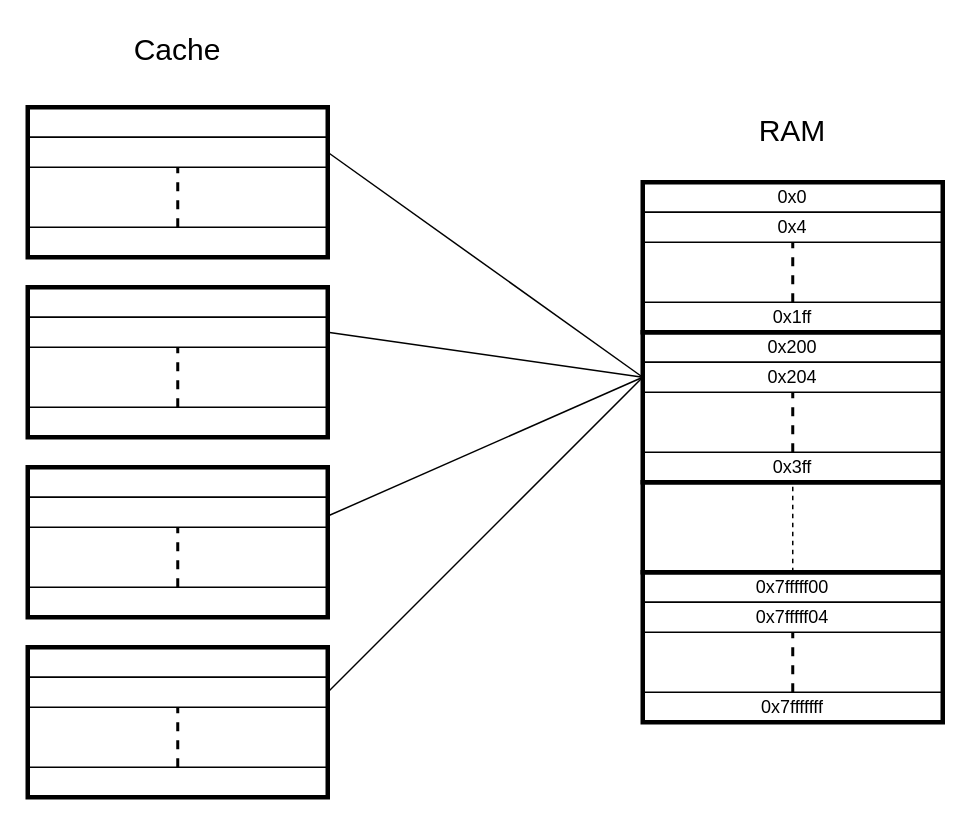
The draw.io diagram src/L1_mem.drawio in maxletemple/rapport_stage_3A, before the edit. Source tidied: cells renumbered, new cells numbered last; positions are measured from the earlier drawing's top-left corner, leaving out a move shared by most shapes. Both pictures are drawn from the tidied source at 150%, with x=0, y=0 at pixel (27, 26).
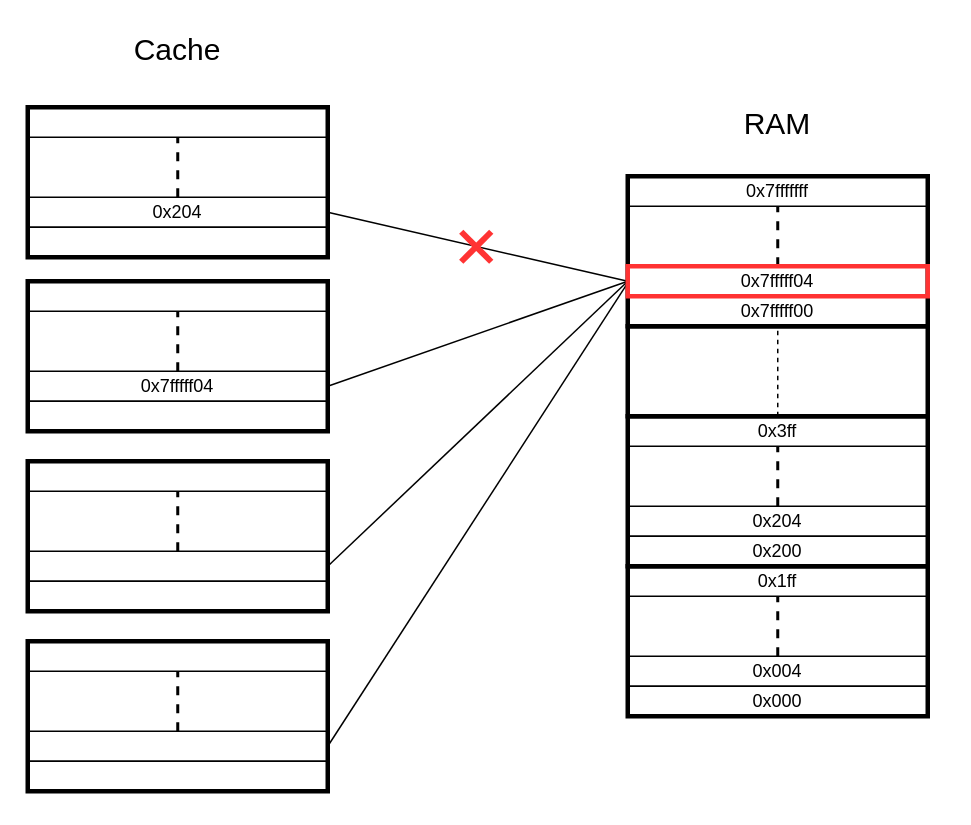
Above is the later version.

The change refers to these unchanged cells:
```xml
<mxCell id="22" style="rounded=0;whiteSpace=wrap;html=1;fillColor=none;" parent="1" vertex="1">
  <mxGeometry y="54" width="200" height="20" as="geometry" />
</mxCell>
<mxCell id="24" style="rounded=0;whiteSpace=wrap;html=1;fillColor=none;" parent="1" vertex="1">
  <mxGeometry y="134" width="200" height="20" as="geometry" />
</mxCell>
```

What changed in the source:
```diff
@@
-    <mxCell id="2" style="rounded=0;whiteSpace=wrap;html=1;fillColor=none;strokeWidth=3;" parent="1" vertex="1">
-      <mxGeometry y="414" width="200" height="100" as="geometry" />
-    </mxCell>
-    <mxCell id="3" style="rounded=0;whiteSpace=wrap;html=1;fillColor=none;strokeWidth=3;" parent="1" vertex="1">
-      <mxGeometry y="174" width="200" height="100" as="geometry" />
-    </mxCell>
-    <mxCell id="4" style="rounded=0;whiteSpace=wrap;html=1;fillColor=none;strokeWidth=3;" parent="1" vertex="1">
-      <mxGeometry x="410" y="364" width="200" height="100" as="geometry" />
-    </mxCell>
-    <mxCell id="5" style="rounded=0;whiteSpace=wrap;html=1;fillColor=none;strokeWidth=3;" parent="1" vertex="1">
-      <mxGeometry x="410" y="204" width="200" height="100" as="geometry" />
-    </mxCell>
+    <mxCell id="17" value="0x7fffff00" style="rounded=0;whiteSpace=wrap;html=1;fillColor=none;" parent="1" vertex="1">
+      <mxGeometry x="400" y="180" width="200" height="20" as="geometry" />
+    </mxCell>
+    <mxCell id="26" style="rounded=0;whiteSpace=wrap;html=1;fillColor=none;strokeWidth=3;" parent="1" vertex="1">
+      <mxGeometry y="54" width="200" height="100" as="geometry" />
+    </mxCell>
     <mxCell id="6" style="rounded=0;whiteSpace=wrap;html=1;fillColor=none;strokeWidth=3;" parent="1" vertex="1">
-      <mxGeometry x="410" y="304" width="200" height="60" as="geometry" />
+      <mxGeometry x="400" y="200" width="200" height="60" as="geometry" />
     </mxCell>
-    <mxCell id="7" style="rounded=0;whiteSpace=wrap;html=1;fillColor=none;strokeWidth=3;" parent="1" vertex="1">
-      <mxGeometry x="410" y="104" width="200" height="100" as="geometry" />
-    </mxCell>
-    <mxCell id="8" value="0x0" style="rounded=0;whiteSpace=wrap;html=1;fillColor=none;" parent="1" vertex="1">
-      <mxGeometry x="410" y="104" width="200" height="20" as="geometry" />
-    </mxCell>
-    <mxCell id="9" style="rounded=0;jettySize=auto;html=1;exitX=0;exitY=0.5;exitDx=0;exitDy=0;entryX=1;entryY=0.5;entryDx=0;entryDy=0;endArrow=none;endFill=0;" parent="1" edge="1" source="14" target="23">
-      <mxGeometry relative="1" as="geometry" />
-    </mxCell>
-    <mxCell id="10" value="0x4" style="rounded=0;whiteSpace=wrap;html=1;fillColor=none;" parent="1" vertex="1">
-      <mxGeometry x="410" y="124" width="200" height="20" as="geometry" />
-    </mxCell>
-    <mxCell id="11" value="&lt;div&gt;0x1ff&lt;/div&gt;" style="rounded=0;whiteSpace=wrap;html=1;fillColor=none;" parent="1" vertex="1">
-      <mxGeometry x="410" y="184" width="200" height="20" as="geometry" />
-    </mxCell>
-    <mxCell id="12" style="endArrow=none;dashed=1;html=1;strokeWidth=2;rounded=0;exitX=0.5;exitY=0;exitDx=0;exitDy=0;entryX=0.5;entryY=1;entryDx=0;entryDy=0;" parent="1" edge="1" source="11" target="10">
-      <mxGeometry relative="1" as="geometry" />
-    </mxCell>
-    <mxCell id="13" value="&lt;div&gt;0x200&lt;/div&gt;" style="rounded=0;whiteSpace=wrap;html=1;fillColor=none;" parent="1" vertex="1">
-      <mxGeometry x="410" y="204" width="200" height="20" as="geometry" />
-    </mxCell>
-    <mxCell id="14" value="&lt;div&gt;0x204&lt;/div&gt;" style="rounded=0;whiteSpace=wrap;html=1;fillColor=none;" parent="1" vertex="1">
-      <mxGeometry x="410" y="224" width="200" height="20" as="geometry" />
-    </mxCell>
-    <mxCell id="15" value="&lt;div&gt;0x3ff&lt;/div&gt;" style="rounded=0;whiteSpace=wrap;html=1;fillColor=none;" parent="1" vertex="1">
-      <mxGeometry x="410" y="284" width="200" height="20" as="geometry" />
-    </mxCell>
-    <mxCell id="16" style="endArrow=none;dashed=1;html=1;strokeWidth=2;rounded=0;entryX=0.5;entryY=1;entryDx=0;entryDy=0;exitX=0.5;exitY=0;exitDx=0;exitDy=0;" parent="1" edge="1" source="15" target="14">
-      <mxGeometry relative="1" as="geometry" />
-    </mxCell>
-    <mxCell id="17" value="&lt;div&gt;0x7fffff00&lt;/div&gt;" style="rounded=0;whiteSpace=wrap;html=1;fillColor=none;" parent="1" vertex="1">
-      <mxGeometry x="410" y="364" width="200" height="20" as="geometry" />
-    </mxCell>
-    <mxCell id="18" value="&lt;div&gt;0x7fffff04&lt;/div&gt;" style="rounded=0;whiteSpace=wrap;html=1;fillColor=none;" parent="1" vertex="1">
-      <mxGeometry x="410" y="384" width="200" height="20" as="geometry" />
-    </mxCell>
-    <mxCell id="19" value="&lt;div&gt;0x7fffffff&lt;/div&gt;" style="rounded=0;whiteSpace=wrap;html=1;fillColor=none;" parent="1" vertex="1">
-      <mxGeometry x="410" y="444" width="200" height="20" as="geometry" />
-    </mxCell>
-    <mxCell id="20" style="endArrow=none;dashed=1;html=1;strokeWidth=2;rounded=0;entryX=0.5;entryY=1;entryDx=0;entryDy=0;exitX=0.5;exitY=0;exitDx=0;exitDy=0;" parent="1" edge="1" source="19" target="18">
-      <mxGeometry relative="1" as="geometry" />
-    </mxCell>
-    <mxCell id="21" style="endArrow=none;dashed=1;html=1;rounded=0;entryX=0.5;entryY=1;entryDx=0;entryDy=0;exitX=0.5;exitY=0;exitDx=0;exitDy=0;" parent="1" edge="1" source="17" target="15">
-      <mxGeometry relative="1" as="geometry" />
+    <mxCell id="21" style="endArrow=none;dashed=1;html=1;rounded=0;entryX=0.5;entryY=1;entryDx=0;entryDy=0;exitX=0.5;exitY=0;exitDx=0;exitDy=0;" parent="1" edge="1">
+      <mxGeometry relative="1" as="geometry">
+        <mxPoint x="500" y="260" as="sourcePoint" />
+        <mxPoint x="500" y="200" as="targetPoint" />
+      </mxGeometry>
     </mxCell>
@@
+    <mxCell id="45" style="edgeStyle=none;html=1;entryX=0.5;entryY=1;entryDx=0;entryDy=0;endArrow=none;endFill=0;dashed=1;strokeWidth=2;" parent="1" edge="1" source="23" target="22">
+      <mxGeometry relative="1" as="geometry" />
+    </mxCell>
-    <mxCell id="23" style="rounded=0;whiteSpace=wrap;html=1;fillColor=none;" parent="1" vertex="1">
-      <mxGeometry y="74" width="200" height="20" as="geometry" />
+    <mxCell id="23" value="0x204" style="rounded=0;whiteSpace=wrap;html=1;fillColor=none;" parent="1" vertex="1">
+      <mxGeometry y="114" width="200" height="20" as="geometry" />
     </mxCell>
@@
-    <mxCell id="25" style="endArrow=none;dashed=1;html=1;strokeWidth=2;rounded=0;exitX=0.5;exitY=0;exitDx=0;exitDy=0;entryX=0.5;entryY=1;entryDx=0;entryDy=0;" parent="1" edge="1" source="24" target="23">
-      <mxGeometry relative="1" as="geometry" />
-    </mxCell>
-    <mxCell id="26" style="rounded=0;whiteSpace=wrap;html=1;fillColor=none;strokeWidth=3;" parent="1" vertex="1">
-      <mxGeometry y="54" width="200" height="100" as="geometry" />
-    </mxCell>
-    <mxCell id="27" style="rounded=0;whiteSpace=wrap;html=1;fillColor=none;" parent="1" vertex="1">
-      <mxGeometry y="174" width="200" height="20" as="geometry" />
-    </mxCell>
-    <mxCell id="28" style="rounded=0;whiteSpace=wrap;html=1;fillColor=none;" parent="1" vertex="1">
-      <mxGeometry y="194" width="200" height="20" as="geometry" />
-    </mxCell>
-    <mxCell id="29" style="rounded=0;whiteSpace=wrap;html=1;fillColor=none;" parent="1" vertex="1">
-      <mxGeometry y="254" width="200" height="20" as="geometry" />
-    </mxCell>
-    <mxCell id="30" style="endArrow=none;dashed=1;html=1;strokeWidth=2;rounded=0;exitX=0.5;exitY=0;exitDx=0;exitDy=0;entryX=0.5;entryY=1;entryDx=0;entryDy=0;" parent="1" edge="1" source="29" target="28">
-      <mxGeometry relative="1" as="geometry" />
-    </mxCell>
-    <mxCell id="31" style="rounded=0;whiteSpace=wrap;html=1;fillColor=none;" parent="1" vertex="1">
-      <mxGeometry y="294" width="200" height="20" as="geometry" />
-    </mxCell>
-    <mxCell id="32" style="rounded=0;whiteSpace=wrap;html=1;fillColor=none;" parent="1" vertex="1">
-      <mxGeometry y="314" width="200" height="20" as="geometry" />
-    </mxCell>
-    <mxCell id="33" style="rounded=0;whiteSpace=wrap;html=1;fillColor=none;" parent="1" vertex="1">
-      <mxGeometry y="374" width="200" height="20" as="geometry" />
-    </mxCell>
-    <mxCell id="34" style="endArrow=none;dashed=1;html=1;strokeWidth=2;rounded=0;exitX=0.5;exitY=0;exitDx=0;exitDy=0;entryX=0.5;entryY=1;entryDx=0;entryDy=0;" parent="1" edge="1" source="33" target="32">
-      <mxGeometry relative="1" as="geometry" />
-    </mxCell>
-    <mxCell id="35" style="rounded=0;whiteSpace=wrap;html=1;fillColor=none;strokeWidth=3;" parent="1" vertex="1">
-      <mxGeometry y="294" width="200" height="100" as="geometry" />
-    </mxCell>
-    <mxCell id="36" style="rounded=0;whiteSpace=wrap;html=1;fillColor=none;" parent="1" vertex="1">
-      <mxGeometry y="414" width="200" height="20" as="geometry" />
-    </mxCell>
-    <mxCell id="37" style="rounded=0;whiteSpace=wrap;html=1;fillColor=none;" parent="1" vertex="1">
-      <mxGeometry y="434" width="200" height="20" as="geometry" />
-    </mxCell>
-    <mxCell id="38" style="rounded=0;whiteSpace=wrap;html=1;fillColor=none;" parent="1" vertex="1">
-      <mxGeometry y="494" width="200" height="20" as="geometry" />
-    </mxCell>
-    <mxCell id="39" style="endArrow=none;dashed=1;html=1;strokeWidth=2;rounded=0;exitX=0.5;exitY=0;exitDx=0;exitDy=0;entryX=0.5;entryY=1;entryDx=0;entryDy=0;" parent="1" edge="1" source="38" target="37">
-      <mxGeometry relative="1" as="geometry" />
-    </mxCell>
-    <mxCell id="40" style="rounded=0;jettySize=auto;html=1;exitX=0;exitY=0.5;exitDx=0;exitDy=0;entryX=1;entryY=0.5;entryDx=0;entryDy=0;endArrow=none;endFill=0;" parent="1" edge="1" source="14" target="28">
-      <mxGeometry relative="1" as="geometry" />
-    </mxCell>
-    <mxCell id="41" style="rounded=0;jettySize=auto;html=1;exitX=0;exitY=0.5;exitDx=0;exitDy=0;entryX=1.004;entryY=0.322;entryDx=0;entryDy=0;endArrow=none;endFill=0;entryPerimeter=0;" parent="1" edge="1" source="14" target="35">
-      <mxGeometry relative="1" as="geometry" />
-    </mxCell>
-    <mxCell id="42" style="rounded=0;jettySize=auto;html=1;exitX=0;exitY=0.5;exitDx=0;exitDy=0;endArrow=none;endFill=0;entryX=1;entryY=0.5;entryDx=0;entryDy=0;" parent="1" edge="1" source="14" target="37">
-      <mxGeometry relative="1" as="geometry" />
-    </mxCell>
     <mxCell id="43" value="RAM" style="text;html=1;strokeColor=none;fillColor=none;align=center;verticalAlign=middle;whiteSpace=wrap;rounded=0;fontSize=20;" parent="1" vertex="1">
-      <mxGeometry x="480" y="54" width="60" height="30" as="geometry" />
+      <mxGeometry x="470" y="49" width="60" height="30" as="geometry" />
     </mxCell>
@@
+    <mxCell id="46" style="rounded=0;whiteSpace=wrap;html=1;fillColor=none;strokeWidth=3;" parent="1" vertex="1">
+      <mxGeometry y="170" width="200" height="100" as="geometry" />
+    </mxCell>
+    <mxCell id="47" style="rounded=0;whiteSpace=wrap;html=1;fillColor=none;" parent="1" vertex="1">
+      <mxGeometry y="170" width="200" height="20" as="geometry" />
+    </mxCell>
+    <mxCell id="48" style="edgeStyle=none;html=1;entryX=0.5;entryY=1;entryDx=0;entryDy=0;endArrow=none;endFill=0;dashed=1;strokeWidth=2;" parent="1" edge="1" source="50" target="47">
+      <mxGeometry relative="1" as="geometry" />
+    </mxCell>
+    <mxCell id="49" style="edgeStyle=none;html=1;exitX=1;exitY=0.5;exitDx=0;exitDy=0;strokeWidth=1;endArrow=none;endFill=0;" parent="1" edge="1" source="50">
+      <mxGeometry relative="1" as="geometry">
+        <mxPoint x="400" y="170" as="targetPoint" />
+      </mxGeometry>
+    </mxCell>
+    <mxCell id="50" value="0x7fffff04" style="rounded=0;whiteSpace=wrap;html=1;fillColor=none;" parent="1" vertex="1">
+      <mxGeometry y="230" width="200" height="20" as="geometry" />
+    </mxCell>
+    <mxCell id="51" style="rounded=0;whiteSpace=wrap;html=1;fillColor=none;" parent="1" vertex="1">
+      <mxGeometry y="250" width="200" height="20" as="geometry" />
+    </mxCell>
+    <mxCell id="52" style="rounded=0;whiteSpace=wrap;html=1;fillColor=none;strokeWidth=3;" parent="1" vertex="1">
+      <mxGeometry y="290" width="200" height="100" as="geometry" />
+    </mxCell>
+    <mxCell id="53" style="rounded=0;whiteSpace=wrap;html=1;fillColor=none;" parent="1" vertex="1">
+      <mxGeometry y="290" width="200" height="20" as="geometry" />
+    </mxCell>
+    <mxCell id="54" style="edgeStyle=none;html=1;entryX=0.5;entryY=1;entryDx=0;entryDy=0;endArrow=none;endFill=0;dashed=1;strokeWidth=2;" parent="1" edge="1" source="56" target="53">
+      <mxGeometry relative="1" as="geometry" />
+    </mxCell>
+    <mxCell id="55" style="edgeStyle=none;html=1;exitX=1;exitY=0.5;exitDx=0;exitDy=0;strokeWidth=1;endArrow=none;endFill=0;" parent="1" edge="1" source="56">
+      <mxGeometry relative="1" as="geometry">
+        <mxPoint x="400" y="170" as="targetPoint" />
+      </mxGeometry>
+    </mxCell>
+    <mxCell id="56" style="rounded=0;whiteSpace=wrap;html=1;fillColor=none;" parent="1" vertex="1">
+      <mxGeometry y="350" width="200" height="20" as="geometry" />
+    </mxCell>
+    <mxCell id="57" style="rounded=0;whiteSpace=wrap;html=1;fillColor=none;" parent="1" vertex="1">
+      <mxGeometry y="370" width="200" height="20" as="geometry" />
+    </mxCell>
+    <mxCell id="58" style="rounded=0;whiteSpace=wrap;html=1;fillColor=none;strokeWidth=3;" parent="1" vertex="1">
+      <mxGeometry y="410" width="200" height="100" as="geometry" />
+    </mxCell>
+    <mxCell id="59" style="rounded=0;whiteSpace=wrap;html=1;fillColor=none;" parent="1" vertex="1">
+      <mxGeometry y="410" width="200" height="20" as="geometry" />
+    </mxCell>
+    <mxCell id="60" style="edgeStyle=none;html=1;entryX=0.5;entryY=1;entryDx=0;entryDy=0;endArrow=none;endFill=0;dashed=1;strokeWidth=2;" parent="1" edge="1" source="62" target="59">
+      <mxGeometry relative="1" as="geometry" />
+    </mxCell>
+    <mxCell id="61" style="edgeStyle=none;html=1;exitX=1;exitY=0.5;exitDx=0;exitDy=0;entryX=0.001;entryY=0.708;entryDx=0;entryDy=0;entryPerimeter=0;strokeWidth=1;endArrow=none;endFill=0;" parent="1" edge="1" source="62" target="70">
+      <mxGeometry relative="1" as="geometry" />
+    </mxCell>
+    <mxCell id="62" style="rounded=0;whiteSpace=wrap;html=1;fillColor=none;" parent="1" vertex="1">
+      <mxGeometry y="470" width="200" height="20" as="geometry" />
+    </mxCell>
+    <mxCell id="63" style="rounded=0;whiteSpace=wrap;html=1;fillColor=none;" parent="1" vertex="1">
+      <mxGeometry y="490" width="200" height="20" as="geometry" />
+    </mxCell>
+    <mxCell id="64" style="rounded=0;whiteSpace=wrap;html=1;fillColor=none;strokeWidth=3;" parent="1" vertex="1">
+      <mxGeometry x="400" y="360" width="200" height="100" as="geometry" />
+    </mxCell>
+    <mxCell id="11" value="0x1ff" style="rounded=0;whiteSpace=wrap;html=1;fillColor=none;" parent="1" vertex="1">
+      <mxGeometry x="400" y="360" width="200" height="20" as="geometry" />
+    </mxCell>
+    <mxCell id="65" style="edgeStyle=none;html=1;entryX=0.5;entryY=1;entryDx=0;entryDy=0;endArrow=none;endFill=0;dashed=1;strokeWidth=2;" parent="1" edge="1" source="66" target="11">
+      <mxGeometry relative="1" as="geometry" />
+    </mxCell>
+    <mxCell id="66" value="0x004" style="rounded=0;whiteSpace=wrap;html=1;fillColor=none;" parent="1" vertex="1">
+      <mxGeometry x="400" y="420" width="200" height="20" as="geometry" />
+    </mxCell>
+    <mxCell id="67" value="0x000" style="rounded=0;whiteSpace=wrap;html=1;fillColor=none;" parent="1" vertex="1">
+      <mxGeometry x="400" y="440" width="200" height="20" as="geometry" />
+    </mxCell>
+    <mxCell id="68" style="rounded=0;whiteSpace=wrap;html=1;fillColor=none;strokeWidth=3;" parent="1" vertex="1">
+      <mxGeometry x="400" y="260" width="200" height="100" as="geometry" />
+    </mxCell>
+    <mxCell id="15" value="0x3ff" style="rounded=0;whiteSpace=wrap;html=1;fillColor=none;" parent="1" vertex="1">
+      <mxGeometry x="400" y="260" width="200" height="20" as="geometry" />
+    </mxCell>
+    <mxCell id="69" style="edgeStyle=none;html=1;entryX=0.5;entryY=1;entryDx=0;entryDy=0;endArrow=none;endFill=0;dashed=1;strokeWidth=2;" parent="1" edge="1" source="14" target="15">
+      <mxGeometry relative="1" as="geometry" />
+    </mxCell>
+    <mxCell id="14" value="0x204" style="rounded=0;whiteSpace=wrap;html=1;fillColor=none;" parent="1" vertex="1">
+      <mxGeometry x="400" y="320" width="200" height="20" as="geometry" />
+    </mxCell>
+    <mxCell id="13" value="0x200" style="rounded=0;whiteSpace=wrap;html=1;fillColor=none;" parent="1" vertex="1">
+      <mxGeometry x="400" y="340" width="200" height="20" as="geometry" />
+    </mxCell>
+    <mxCell id="70" style="rounded=0;whiteSpace=wrap;html=1;fillColor=none;strokeWidth=3;" parent="1" vertex="1">
+      <mxGeometry x="400" y="100" width="200" height="100" as="geometry" />
+    </mxCell>
+    <mxCell id="19" value="0x7fffffff" style="rounded=0;whiteSpace=wrap;html=1;fillColor=none;" parent="1" vertex="1">
+      <mxGeometry x="400" y="100" width="200" height="20" as="geometry" />
+    </mxCell>
+    <mxCell id="71" style="edgeStyle=none;html=1;entryX=0.5;entryY=1;entryDx=0;entryDy=0;endArrow=none;endFill=0;dashed=1;strokeWidth=2;" parent="1" edge="1" source="73" target="19">
+      <mxGeometry relative="1" as="geometry" />
+    </mxCell>
+    <mxCell id="72" style="edgeStyle=none;html=1;exitX=0;exitY=0.5;exitDx=0;exitDy=0;entryX=1;entryY=0.5;entryDx=0;entryDy=0;strokeWidth=1;endArrow=none;endFill=0;" parent="1" edge="1" source="73" target="23">
+      <mxGeometry relative="1" as="geometry" />
+    </mxCell>
+    <mxCell id="73" value="0x7fffff04" style="rounded=0;whiteSpace=wrap;html=1;fillColor=none;strokeWidth=3;strokeColor=#FF3333;" parent="1" vertex="1">
+      <mxGeometry x="400" y="160" width="200" height="20" as="geometry" />
+    </mxCell>
+    <mxCell id="74" style="group;" parent="1" vertex="1">
+      <mxGeometry x="289" y="137" width="20" height="20" as="geometry" />
+    </mxCell>
+    <mxCell id="75" style="endArrow=none;html=1;strokeWidth=4;strokeColor=#FF3333;" parent="74" edge="1">
+      <mxGeometry relative="1" as="geometry">
+        <mxPoint x="20" y="20" as="sourcePoint" />
+        <mxPoint as="targetPoint" />
+      </mxGeometry>
+    </mxCell>
+    <mxCell id="76" style="endArrow=none;html=1;strokeWidth=4;strokeColor=#FF3333;" parent="74" edge="1">
+      <mxGeometry relative="1" as="geometry">
+        <mxPoint y="20" as="sourcePoint" />
+        <mxPoint x="20" as="targetPoint" />
+      </mxGeometry>
+    </mxCell>
```
